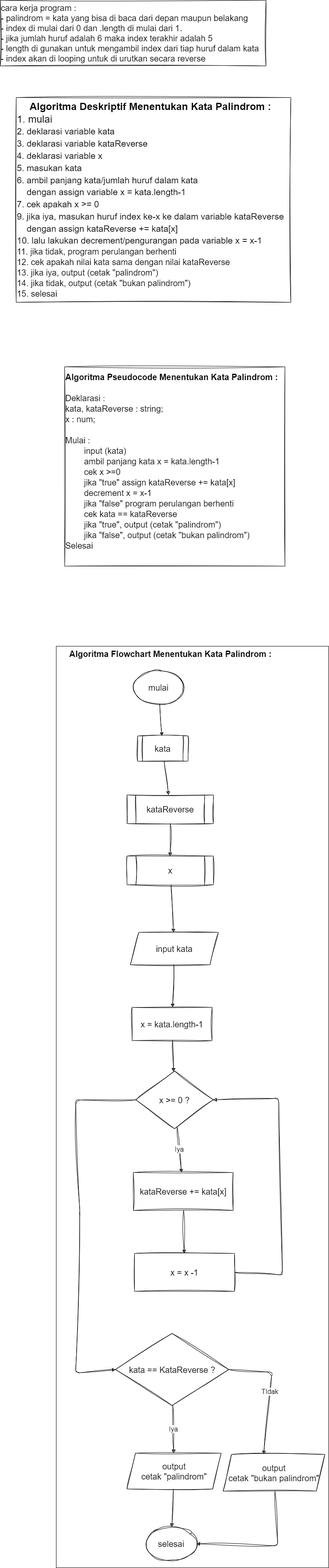
The draw.io diagram 6-palindrom.png in xel26/fwg17-computer-science, before a commit. Source tidied: cells renumbered, new cells last; positions are measured from the earlier drawing's top-left corner, leaving out a move shared by most shapes.
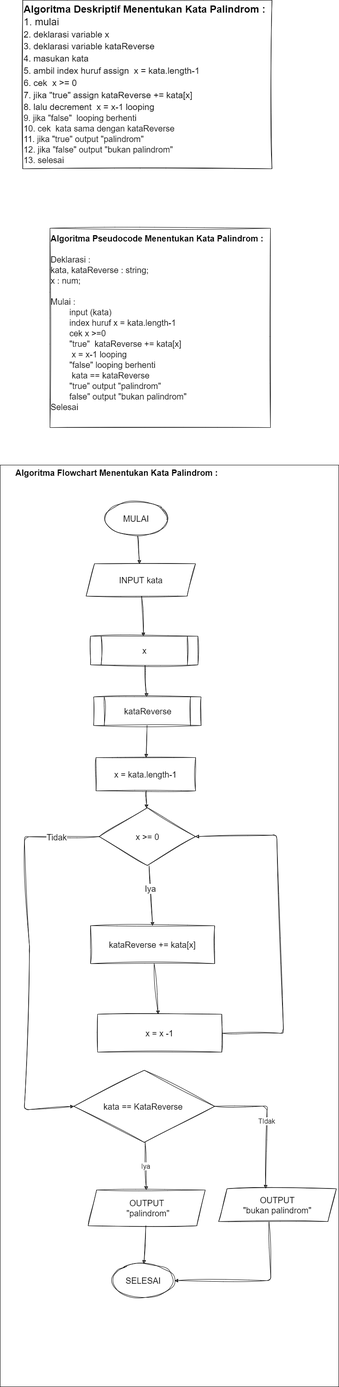
Above is the later version.

What changed in the source:
```diff
@@ -4,52 +4,37 @@
     <mxCell id="1" parent="0" />
-    <mxCell id="2" value="&lt;div style=&quot;text-align: center; font-size: 24px;&quot;&gt;&lt;b style=&quot;font-family: Helvetica; background-color: initial;&quot;&gt;&lt;font style=&quot;font-size: 24px;&quot;&gt;Algoritma Deskriptif Menentukan Kata Palindrom :&lt;/font&gt;&lt;/b&gt;&lt;/div&gt;&lt;font style=&quot;font-size: 24px;&quot; face=&quot;Helvetica&quot;&gt;&lt;div style=&quot;&quot;&gt;&lt;span style=&quot;background-color: initial;&quot;&gt;1. mulai&lt;/span&gt;&lt;/div&gt;&lt;span style=&quot;font-size: 21px;&quot;&gt;2. deklarasi variable kata&lt;/span&gt;&lt;br&gt;&lt;span style=&quot;font-size: 21px;&quot;&gt;3. deklarasi variable kataReverse&lt;/span&gt;&lt;br&gt;&lt;span style=&quot;font-size: 21px;&quot;&gt;4. deklarasi variable x&lt;/span&gt;&lt;br&gt;&lt;span style=&quot;font-size: 21px;&quot;&gt;5. masukan kata&lt;/span&gt;&lt;br&gt;&lt;span style=&quot;font-size: 21px;&quot;&gt;6. ambil panjang kata/jumlah huruf dalam kata&lt;br&gt;&amp;nbsp; &amp;nbsp; dengan assign variable x = kata.length-1&lt;/span&gt;&lt;br&gt;&lt;span style=&quot;font-size: 21px;&quot;&gt;7. cek apakah x &amp;gt;= 0&lt;/span&gt;&lt;br&gt;&lt;span style=&quot;font-size: 21px;&quot;&gt;9. jika iya, masukan huruf index ke-x ke dalam variable kataReverse&lt;br&gt;&amp;nbsp; &amp;nbsp; dengan assign kataReverse += kata[x]&lt;/span&gt;&lt;br&gt;&lt;span style=&quot;font-size: 21px;&quot;&gt;10. lalu lakukan decrement/pengurangan pada variable x = x-1&lt;/span&gt;&lt;br&gt;&lt;/font&gt;&lt;span style=&quot;font-family: Helvetica;&quot;&gt;11. jika tidak, program perulangan berhenti&lt;/span&gt;&lt;font face=&quot;Helvetica&quot;&gt;&lt;br&gt;12. cek apakah nilai kata sama dengan nilai kataReverse&lt;br&gt;13. jika iya, output (cetak &quot;palindrom&quot;)&lt;br&gt;14. jika tidak, output (cetak &quot;bukan palindrom&quot;)&lt;br&gt;15. selesai&lt;br&gt;&lt;/font&gt;" style="text;html=1;align=left;verticalAlign=middle;strokeColor=default;fillColor=none;fontSize=20;fontFamily=Architects Daughter;sketch=1;hachureGap=4;jiggle=2;curveFitting=1;fontSource=https%3A%2F%2Ffonts.googleapis.com%2Fcss%3Ffamily%3DArchitects%2BDaughter;" parent="1" vertex="1">
-      <mxGeometry x="38" y="231" width="652" height="486" as="geometry" />
+    <mxCell id="2" value="&lt;div style=&quot;text-align: center; font-size: 24px;&quot;&gt;&lt;b style=&quot;font-family: Helvetica; background-color: initial;&quot;&gt;&lt;font style=&quot;font-size: 24px;&quot;&gt;Algoritma Deskriptif Menentukan Kata Palindrom :&lt;/font&gt;&lt;/b&gt;&lt;/div&gt;&lt;font style=&quot;font-size: 24px;&quot; face=&quot;Helvetica&quot;&gt;&lt;div style=&quot;&quot;&gt;&lt;span style=&quot;background-color: initial;&quot;&gt;1. mulai&lt;/span&gt;&lt;/div&gt;&lt;span style=&quot;font-size: 21px;&quot;&gt;2. deklarasi variable x&lt;br&gt;&lt;/span&gt;&lt;/font&gt;&lt;span style=&quot;font-family: Helvetica; font-size: 21px;&quot;&gt;3. deklarasi variable kataReverse&lt;/span&gt;&lt;font style=&quot;font-size: 24px;&quot; face=&quot;Helvetica&quot;&gt;&lt;br&gt;&lt;span style=&quot;font-size: 21px;&quot;&gt;4. masukan kata&lt;/span&gt;&lt;br&gt;&lt;span style=&quot;font-size: 21px;&quot;&gt;5. ambil index huruf assign&amp;nbsp; x = kata.length-1&lt;/span&gt;&lt;br&gt;&lt;span style=&quot;font-size: 21px;&quot;&gt;6. cek&amp;nbsp; x &amp;gt;= 0&lt;/span&gt;&lt;br&gt;&lt;span style=&quot;font-size: 21px;&quot;&gt;7. jika &quot;true&quot; assign kataReverse += kata[x]&lt;/span&gt;&lt;br&gt;&lt;span style=&quot;font-size: 21px;&quot;&gt;8. lalu decrement&amp;nbsp; x = x-1 looping&lt;/span&gt;&lt;br&gt;&lt;/font&gt;&lt;span style=&quot;font-family: Helvetica;&quot;&gt;9. jika &quot;false&quot;&amp;nbsp; looping berhenti&lt;/span&gt;&lt;font face=&quot;Helvetica&quot;&gt;&lt;br&gt;10. cek&amp;nbsp; kata sama dengan kataReverse&lt;br&gt;11. jika &quot;true&quot; output &quot;palindrom&quot;&lt;br&gt;12. jika &quot;false&quot; output &quot;bukan palindrom&quot;&lt;br&gt;13. selesai&lt;br&gt;&lt;/font&gt;" style="text;html=1;align=left;verticalAlign=middle;strokeColor=default;fillColor=none;fontSize=20;fontFamily=Architects Daughter;sketch=1;hachureGap=4;jiggle=2;curveFitting=1;fontSource=https%3A%2F%2Ffonts.googleapis.com%2Fcss%3Ffamily%3DArchitects%2BDaughter;" parent="1" vertex="1">
+      <mxGeometry x="46.5" y="112" width="591" height="400" as="geometry" />
     </mxCell>
-    <mxCell id="3" value="cara kerja program :&lt;br&gt;- palindrom = kata yang bisa di baca dari depan maupun belakang&lt;br&gt;- index di mulai dari 0 dan .length di mulai dari 1.&lt;br&gt;- jika jumlah huruf adalah 6 maka index terakhir adalah 5&lt;br&gt;- length di gunakan untuk mengambil index dari tiap huruf dalam kata&lt;br&gt;- index akan di looping untuk di urutkan secara reverse" style="text;html=1;align=left;verticalAlign=middle;strokeColor=default;fillColor=none;fontSize=20;fontFamily=Helvetica;sketch=1;hachureGap=4;jiggle=2;curveFitting=1;fontSource=https%3A%2F%2Ffonts.googleapis.com%2Fcss%3Ffamily%3DArchitects%2BDaughter;" parent="1" vertex="1">
-      <mxGeometry width="631" height="156" as="geometry" />
-    </mxCell>
-    <mxCell id="4" value="&lt;font face=&quot;Helvetica&quot;&gt;&lt;b&gt;Algoritma Pseudocode Menentukan Kata Palindrom :&lt;br&gt;&lt;/b&gt;&lt;br&gt;Deklarasi :&lt;br&gt;&lt;span style=&quot;&quot;&gt;&#9;&lt;/span&gt;kata, kataReverse : string;&lt;br&gt;&lt;span style=&quot;&quot;&gt;&#9;&lt;/span&gt;x : num;&lt;br&gt;&lt;br&gt;Mulai :&lt;br&gt;&lt;span style=&quot;&quot;&gt;&#9;&lt;/span&gt;&lt;span style=&quot;white-space: pre;&quot;&gt;&#9;&lt;/span&gt;input (kata)&lt;br&gt;&lt;span style=&quot;&quot;&gt;&#9;&lt;/span&gt;&lt;span style=&quot;white-space: pre;&quot;&gt;&#9;&lt;/span&gt;ambil panjang kata x = kata.length-1&lt;br&gt;&lt;span style=&quot;&quot;&gt;&#9;&lt;/span&gt;&lt;span style=&quot;white-space: pre;&quot;&gt;&#9;&lt;/span&gt;cek x &amp;gt;=0&lt;br&gt;&lt;span style=&quot;&quot;&gt;&#9;&lt;/span&gt;&lt;/font&gt;&lt;span style=&quot;border-color: var(--border-color); font-family: Helvetica;&quot;&gt;&#9;&lt;/span&gt;&lt;span style=&quot;font-family: Helvetica;&quot;&gt;&lt;span style=&quot;white-space: pre;&quot;&gt;&#9;&lt;/span&gt;jika &quot;true&quot; assign kataReverse += kata[x]&lt;/span&gt;&lt;br style=&quot;border-color: var(--border-color); font-family: Helvetica;&quot;&gt;&lt;span style=&quot;border-color: var(--border-color); font-family: Helvetica;&quot;&gt;&#9;&lt;/span&gt;&lt;span style=&quot;font-family: Helvetica;&quot;&gt;&lt;span style=&quot;white-space: pre;&quot;&gt;&#9;&lt;/span&gt;decrement x = x-1&lt;/span&gt;&lt;font face=&quot;Helvetica&quot;&gt;&lt;br&gt;&lt;span style=&quot;&quot;&gt;&#9;&lt;/span&gt;&lt;span style=&quot;white-space: pre;&quot;&gt;&#9;&lt;/span&gt;jika &quot;false&quot; program perulangan berhenti&lt;br&gt;&lt;span style=&quot;white-space: pre;&quot;&gt;&#9;&lt;/span&gt;cek kata == kataReverse&lt;br&gt;&lt;span style=&quot;white-space: pre;&quot;&gt;&#9;&lt;/span&gt;jika &quot;true&quot;, output (cetak &quot;palindrom&quot;)&lt;br&gt;&lt;span style=&quot;white-space: pre;&quot;&gt;&#9;&lt;/span&gt;jika &quot;false&quot;, output (cetak &quot;bukan palindrom&quot;)&lt;br&gt;Selesai&lt;br&gt;&lt;span style=&quot;&quot;&gt;&#9;&lt;/span&gt;&lt;br&gt;&lt;/font&gt;" style="text;html=1;align=left;verticalAlign=middle;strokeColor=default;fillColor=none;fontSize=20;fontFamily=Architects Daughter;sketch=1;hachureGap=4;jiggle=2;curveFitting=1;fontSource=https%3A%2F%2Ffonts.googleapis.com%2Fcss%3Ffamily%3DArchitects%2BDaughter;" parent="1" vertex="1">
-      <mxGeometry x="153" y="870" width="523" height="473" as="geometry" />
+    <mxCell id="4" value="&lt;font face=&quot;Helvetica&quot;&gt;&lt;b&gt;Algoritma Pseudocode Menentukan Kata Palindrom :&lt;br&gt;&lt;/b&gt;&lt;br&gt;Deklarasi :&lt;br&gt;&lt;span style=&quot;&quot;&gt;&#9;&lt;/span&gt;kata, kataReverse : string;&lt;br&gt;&lt;span style=&quot;&quot;&gt;&#9;&lt;/span&gt;x : num;&lt;br&gt;&lt;br&gt;Mulai :&lt;br&gt;&lt;span style=&quot;&quot;&gt;&#9;&lt;/span&gt;&lt;span style=&quot;white-space: pre;&quot;&gt;&#9;&lt;/span&gt;input (kata)&lt;br&gt;&lt;span style=&quot;&quot;&gt;&#9;&lt;/span&gt;&lt;span style=&quot;white-space: pre;&quot;&gt;&#9;&lt;/span&gt;index huruf x = kata.length-1&lt;br&gt;&lt;span style=&quot;&quot;&gt;&#9;&lt;/span&gt;&lt;span style=&quot;white-space: pre;&quot;&gt;&#9;&lt;/span&gt;cek x &amp;gt;=0&lt;br&gt;&lt;span style=&quot;&quot;&gt;&#9;&lt;/span&gt;&lt;/font&gt;&lt;span style=&quot;border-color: var(--border-color); font-family: Helvetica;&quot;&gt;&#9;&lt;/span&gt;&lt;span style=&quot;font-family: Helvetica;&quot;&gt;&lt;span style=&quot;white-space: pre;&quot;&gt;&#9;&lt;/span&gt;&quot;true&quot;&amp;nbsp; kataReverse += kata[x]&lt;/span&gt;&lt;br style=&quot;border-color: var(--border-color); font-family: Helvetica;&quot;&gt;&lt;span style=&quot;border-color: var(--border-color); font-family: Helvetica;&quot;&gt;&#9;&lt;/span&gt;&lt;span style=&quot;font-family: Helvetica;&quot;&gt;&lt;span style=&quot;white-space: pre;&quot;&gt;&#9;&lt;/span&gt;&amp;nbsp;x = x-1 looping&lt;/span&gt;&lt;font face=&quot;Helvetica&quot;&gt;&lt;br&gt;&lt;span style=&quot;&quot;&gt;&#9;&lt;/span&gt;&lt;span style=&quot;white-space: pre;&quot;&gt;&#9;&lt;/span&gt;&quot;false&quot; looping berhenti&lt;br&gt;&lt;span style=&quot;white-space: pre;&quot;&gt;&#9;&lt;/span&gt;&amp;nbsp;kata == kataReverse&lt;br&gt;&lt;span style=&quot;white-space: pre;&quot;&gt;&#9;&lt;/span&gt;&quot;true&quot; output &quot;palindrom&quot;&lt;br&gt;&lt;span style=&quot;white-space: pre;&quot;&gt;&#9;&lt;/span&gt;false&quot; output &quot;bukan palindrom&quot;&lt;br&gt;Selesai&lt;br&gt;&lt;span style=&quot;&quot;&gt;&#9;&lt;/span&gt;&lt;br&gt;&lt;/font&gt;" style="text;html=1;align=left;verticalAlign=middle;strokeColor=default;fillColor=none;fontSize=20;fontFamily=Architects Daughter;sketch=1;hachureGap=4;jiggle=2;curveFitting=1;fontSource=https%3A%2F%2Ffonts.googleapis.com%2Fcss%3Ffamily%3DArchitects%2BDaughter;" parent="1" vertex="1">
+      <mxGeometry x="111" y="653" width="523" height="473" as="geometry" />
     </mxCell>
     <mxCell id="5" style="group;strokeColor=default;" parent="1" vertex="1">
-      <mxGeometry x="133" y="1533" width="646.5" height="2187" as="geometry" />
+      <mxGeometry x="-7" y="1215" width="803" height="2187" as="geometry" />
     </mxCell>
     <mxCell id="6" value="&lt;b&gt;Algoritma Flowchart Menentukan Kata Palindrom :&lt;/b&gt;" style="text;html=1;align=center;verticalAlign=middle;strokeColor=none;fillColor=none;fontSize=20;fontFamily=Helvetica;sketch=1;hachureGap=4;jiggle=2;curveFitting=1;fontSource=https%3A%2F%2Ffonts.googleapis.com%2Fcss%3Ffamily%3DArchitects%2BDaughter;" parent="5" vertex="1">
-      <mxGeometry x="21.5" width="498" height="36" as="geometry" />
+      <mxGeometry x="26.7" width="498" height="36" as="geometry" />
     </mxCell>
+    <mxCell id="34" style="edgeStyle=none;sketch=1;hachureGap=4;jiggle=2;curveFitting=1;html=1;fontFamily=Helvetica;fontSize=16;" parent="5" edge="1" source="7" target="14">
+      <mxGeometry relative="1" as="geometry" />
+    </mxCell>
-    <mxCell id="7" value="mulai" style="ellipse;whiteSpace=wrap;html=1;sketch=1;hachureGap=4;jiggle=2;curveFitting=1;fontFamily=Helvetica;fontSize=20;strokeColor=default;" parent="5" vertex="1">
-      <mxGeometry x="183" y="58" width="120" height="80" as="geometry" />
+    <mxCell id="7" value="MULAI" style="ellipse;whiteSpace=wrap;html=1;sketch=1;hachureGap=4;jiggle=2;curveFitting=1;fontFamily=Helvetica;fontSize=20;strokeColor=default;" parent="5" vertex="1">
+      <mxGeometry x="248" y="87" width="149" height="80" as="geometry" />
     </mxCell>
-    <mxCell id="8" value="kata" style="shape=process;whiteSpace=wrap;html=1;backgroundOutline=1;sketch=1;hachureGap=4;jiggle=2;curveFitting=1;fontFamily=Helvetica;fontSize=20;strokeColor=default;" parent="5" vertex="1">
-      <mxGeometry x="193" y="213" width="120" height="60" as="geometry" />
-    </mxCell>
-    <mxCell id="9" style="edgeStyle=none;sketch=1;hachureGap=4;jiggle=2;curveFitting=1;html=1;fontFamily=Helvetica;fontSize=16;strokeColor=default;" parent="5" edge="1" source="7" target="8">
-      <mxGeometry relative="1" as="geometry" />
-    </mxCell>
-    <mxCell id="10" value="kataReverse" style="shape=process;whiteSpace=wrap;html=1;backgroundOutline=1;sketch=1;hachureGap=4;jiggle=2;curveFitting=1;fontFamily=Helvetica;fontSize=20;strokeColor=default;" parent="5" vertex="1">
-      <mxGeometry x="168" y="353" width="205" height="68" as="geometry" />
-    </mxCell>
-    <mxCell id="11" style="edgeStyle=none;sketch=1;hachureGap=4;jiggle=2;curveFitting=1;html=1;fontFamily=Helvetica;fontSize=16;strokeColor=default;" parent="5" edge="1" source="8" target="10">
-      <mxGeometry relative="1" as="geometry" />
-    </mxCell>
-    <mxCell id="12" value="x" style="shape=process;whiteSpace=wrap;html=1;backgroundOutline=1;sketch=1;hachureGap=4;jiggle=2;curveFitting=1;fontFamily=Helvetica;fontSize=20;strokeColor=default;" parent="5" vertex="1">
-      <mxGeometry x="168" y="498" width="205" height="68" as="geometry" />
-    </mxCell>
-    <mxCell id="13" style="edgeStyle=none;sketch=1;hachureGap=4;jiggle=2;curveFitting=1;html=1;fontFamily=Helvetica;fontSize=16;strokeColor=default;" parent="5" edge="1" source="10" target="12">
-      <mxGeometry relative="1" as="geometry" />
-    </mxCell>
+    <mxCell id="35" style="edgeStyle=none;sketch=1;hachureGap=4;jiggle=2;curveFitting=1;html=1;fontFamily=Helvetica;fontSize=16;" parent="5" edge="1" source="14" target="12">
+      <mxGeometry relative="1" as="geometry" />
+    </mxCell>
-    <mxCell id="14" value="input kata" style="shape=parallelogram;perimeter=parallelogramPerimeter;whiteSpace=wrap;html=1;fixedSize=1;sketch=1;hachureGap=4;jiggle=2;curveFitting=1;fontFamily=Helvetica;fontSize=20;strokeColor=default;" parent="5" vertex="1">
-      <mxGeometry x="176" y="679" width="209" height="77" as="geometry" />
+    <mxCell id="14" value="INPUT kata" style="shape=parallelogram;perimeter=parallelogramPerimeter;whiteSpace=wrap;html=1;fixedSize=1;sketch=1;hachureGap=4;jiggle=2;curveFitting=1;fontFamily=Helvetica;fontSize=20;strokeColor=default;" parent="5" vertex="1">
+      <mxGeometry x="203.7" y="234" width="259.6" height="77" as="geometry" />
     </mxCell>
-    <mxCell id="15" style="edgeStyle=none;sketch=1;hachureGap=4;jiggle=2;curveFitting=1;html=1;fontFamily=Helvetica;fontSize=16;strokeColor=default;" parent="5" edge="1" source="12" target="14">
-      <mxGeometry relative="1" as="geometry" />
-    </mxCell>
     <mxCell id="16" value="x = kata.length-1" style="rounded=0;whiteSpace=wrap;html=1;sketch=1;hachureGap=4;jiggle=2;curveFitting=1;fontFamily=Helvetica;fontSize=20;strokeColor=default;" parent="5" vertex="1">
-      <mxGeometry x="180" y="857" width="190" height="79" as="geometry" />
+      <mxGeometry x="227.3" y="694" width="236" height="79" as="geometry" />
     </mxCell>
-    <mxCell id="17" style="edgeStyle=none;sketch=1;hachureGap=4;jiggle=2;curveFitting=1;html=1;fontFamily=Helvetica;fontSize=16;strokeColor=default;" parent="5" edge="1" source="14" target="16">
-      <mxGeometry relative="1" as="geometry" />
-    </mxCell>
+    <mxCell id="36" style="edgeStyle=none;sketch=1;hachureGap=4;jiggle=2;curveFitting=1;html=1;fontFamily=Helvetica;fontSize=16;entryX=0.5;entryY=0;entryDx=0;entryDy=0;" parent="5" edge="1" source="18" target="20">
+      <mxGeometry relative="1" as="geometry" />
+    </mxCell>
+    <mxCell id="21" value="Iya" style="edgeLabel;html=1;align=center;verticalAlign=middle;fontSize=20;fontFamily=Helvetica;" parent="36" vertex="1">
+      <mxGeometry x="-0.22" y="-1" relative="1" as="geometry" />
+    </mxCell>
-    <mxCell id="18" value="x &amp;gt;= 0 ?" style="rhombus;whiteSpace=wrap;html=1;sketch=1;hachureGap=4;jiggle=2;curveFitting=1;fontFamily=Helvetica;fontSize=20;strokeColor=default;" parent="5" vertex="1">
-      <mxGeometry x="189" y="1008" width="184" height="137" as="geometry" />
+    <mxCell id="18" value="x &amp;gt;= 0" style="rhombus;whiteSpace=wrap;html=1;sketch=1;hachureGap=4;jiggle=2;curveFitting=1;fontFamily=Helvetica;fontSize=20;strokeColor=default;" parent="5" vertex="1">
+      <mxGeometry x="234.8" y="813" width="228.5" height="137" as="geometry" />
     </mxCell>
@@ -59,7 +44,4 @@
     <mxCell id="20" value="kataReverse += kata[x]" style="rounded=0;whiteSpace=wrap;html=1;sketch=1;hachureGap=4;jiggle=2;curveFitting=1;fontFamily=Helvetica;fontSize=20;strokeColor=default;" parent="5" vertex="1">
-      <mxGeometry x="183" y="1249" width="237" height="90" as="geometry" />
+      <mxGeometry x="214.3" y="1093" width="294.4" height="90" as="geometry" />
     </mxCell>
-    <mxCell id="21" value="Iya" style="edgeStyle=none;sketch=1;hachureGap=4;jiggle=2;curveFitting=1;html=1;fontFamily=Helvetica;fontSize=16;strokeColor=default;" parent="5" edge="1" source="18" target="20">
-      <mxGeometry relative="1" as="geometry" />
-    </mxCell>
     <mxCell id="22" style="edgeStyle=none;sketch=1;hachureGap=4;jiggle=2;curveFitting=1;html=1;entryX=1;entryY=0.5;entryDx=0;entryDy=0;fontFamily=Helvetica;fontSize=16;exitX=1;exitY=0.5;exitDx=0;exitDy=0;strokeColor=default;" parent="5" edge="1" source="23" target="18">
@@ -67,4 +49,4 @@
         <Array as="points">
-          <mxPoint x="537" y="1492" />
-          <mxPoint x="528" y="1073" />
+          <mxPoint x="672" y="1348" />
+          <mxPoint x="655.8" y="878" />
         </Array>
@@ -73,3 +55,3 @@
     <mxCell id="23" value="x = x -1" style="rounded=0;whiteSpace=wrap;html=1;sketch=1;hachureGap=4;jiggle=2;curveFitting=1;fontFamily=Helvetica;fontSize=20;strokeColor=default;" parent="5" vertex="1">
-      <mxGeometry x="186" y="1441" width="237" height="90" as="geometry" />
+      <mxGeometry x="231" y="1303" width="294.4" height="90" as="geometry" />
     </mxCell>
@@ -78,4 +60,4 @@
     </mxCell>
-    <mxCell id="25" value="kata == KataReverse ?" style="rhombus;whiteSpace=wrap;html=1;sketch=1;hachureGap=4;jiggle=2;curveFitting=1;fontFamily=Helvetica;fontSize=20;strokeColor=default;" parent="5" vertex="1">
-      <mxGeometry x="140.5" y="1631" width="269" height="171" as="geometry" />
+    <mxCell id="25" value="kata == KataReverse&amp;nbsp;" style="rhombus;whiteSpace=wrap;html=1;sketch=1;hachureGap=4;jiggle=2;curveFitting=1;fontFamily=Helvetica;fontSize=20;strokeColor=default;" parent="5" vertex="1">
+      <mxGeometry x="174.5" y="1436" width="334.1" height="171" as="geometry" />
     </mxCell>
@@ -84,5 +66,5 @@
         <Array as="points">
-          <mxPoint x="46" y="1077" />
-          <mxPoint x="56" y="1343" />
-          <mxPoint x="46" y="1725" />
+          <mxPoint x="57.1" y="882" />
+          <mxPoint x="69.6" y="1148" />
+          <mxPoint x="57.1" y="1530" />
         </Array>
@@ -90,4 +72,7 @@
     </mxCell>
+    <mxCell id="37" value="&lt;font face=&quot;Helvetica&quot;&gt;Tidak&lt;/font&gt;" style="edgeLabel;html=1;align=center;verticalAlign=middle;fontSize=20;fontFamily=Architects Daughter;" parent="26" vertex="1">
+      <mxGeometry x="-0.78" y="1" relative="1" as="geometry" />
+    </mxCell>
-    <mxCell id="27" value="output&lt;br&gt;cetak &quot;palindrom&quot;" style="shape=parallelogram;perimeter=parallelogramPerimeter;whiteSpace=wrap;html=1;fixedSize=1;sketch=1;hachureGap=4;jiggle=2;curveFitting=1;fontFamily=Helvetica;fontSize=20;strokeColor=default;" parent="5" vertex="1">
-      <mxGeometry x="168" y="1915" width="223.5" height="85" as="geometry" />
+    <mxCell id="27" value="OUTPUT&lt;br&gt;&amp;nbsp;&quot;palindrom&quot;" style="shape=parallelogram;perimeter=parallelogramPerimeter;whiteSpace=wrap;html=1;fixedSize=1;sketch=1;hachureGap=4;jiggle=2;curveFitting=1;fontFamily=Helvetica;fontSize=20;strokeColor=default;" parent="5" vertex="1">
+      <mxGeometry x="208.7" y="1720" width="277.6" height="85" as="geometry" />
     </mxCell>
@@ -96,4 +81,4 @@
     </mxCell>
-    <mxCell id="29" value="output&lt;br&gt;cetak &quot;bukan palindrom&quot;" style="shape=parallelogram;perimeter=parallelogramPerimeter;whiteSpace=wrap;html=1;fixedSize=1;sketch=1;hachureGap=4;jiggle=2;curveFitting=1;fontFamily=Helvetica;fontSize=20;strokeColor=default;" parent="5" vertex="1">
-      <mxGeometry x="396" y="1918" width="241.5" height="87" as="geometry" />
+    <mxCell id="29" value="OUTPUT&lt;br&gt;&quot;bukan palindrom&quot;" style="shape=parallelogram;perimeter=parallelogramPerimeter;whiteSpace=wrap;html=1;fixedSize=1;sketch=1;hachureGap=4;jiggle=2;curveFitting=1;fontFamily=Helvetica;fontSize=20;strokeColor=default;" parent="5" vertex="1">
+      <mxGeometry x="518" y="1717" width="279.1" height="78" as="geometry" />
     </mxCell>
@@ -102,3 +87,3 @@
         <Array as="points">
-          <mxPoint x="512" y="1723" />
+          <mxPoint x="633" y="1521" />
         </Array>
@@ -106,4 +91,4 @@
     </mxCell>
-    <mxCell id="31" value="selesai" style="ellipse;whiteSpace=wrap;html=1;sketch=1;hachureGap=4;jiggle=2;curveFitting=1;fontFamily=Helvetica;fontSize=20;strokeColor=default;" parent="5" vertex="1">
-      <mxGeometry x="213" y="2090" width="120" height="80" as="geometry" />
+    <mxCell id="31" value="SELESAI" style="ellipse;whiteSpace=wrap;html=1;sketch=1;hachureGap=4;jiggle=2;curveFitting=1;fontFamily=Helvetica;fontSize=20;strokeColor=default;" parent="5" vertex="1">
+      <mxGeometry x="264.6" y="1895" width="149" height="80" as="geometry" />
     </mxCell>
@@ -112,6 +97,6 @@
     </mxCell>
-    <mxCell id="33" style="edgeStyle=none;sketch=1;hachureGap=4;jiggle=2;curveFitting=1;html=1;entryX=1;entryY=0.5;entryDx=0;entryDy=0;fontFamily=Helvetica;fontSize=16;strokeColor=default;" parent="5" edge="1" source="29" target="31">
+    <mxCell id="33" style="edgeStyle=none;sketch=1;hachureGap=4;jiggle=2;curveFitting=1;html=1;entryX=1;entryY=0.5;entryDx=0;entryDy=0;fontFamily=Helvetica;fontSize=16;strokeColor=default;exitX=0.428;exitY=1.013;exitDx=0;exitDy=0;exitPerimeter=0;" parent="5" edge="1" source="29" target="31">
       <mxGeometry relative="1" as="geometry">
         <Array as="points">
-          <mxPoint x="526" y="2135" />
+          <mxPoint x="642" y="1935" />
         </Array>
@@ -119,2 +104,14 @@
     </mxCell>
+    <mxCell id="38" style="edgeStyle=none;sketch=1;hachureGap=4;jiggle=2;curveFitting=1;html=1;fontFamily=Helvetica;fontSize=16;" parent="5" edge="1" source="12" target="10">
+      <mxGeometry relative="1" as="geometry" />
+    </mxCell>
+    <mxCell id="12" value="x" style="shape=process;whiteSpace=wrap;html=1;backgroundOutline=1;sketch=1;hachureGap=4;jiggle=2;curveFitting=1;fontFamily=Helvetica;fontSize=20;strokeColor=default;" parent="5" vertex="1">
+      <mxGeometry x="214.3" y="406" width="254.6" height="68" as="geometry" />
+    </mxCell>
+    <mxCell id="39" style="edgeStyle=none;sketch=1;hachureGap=4;jiggle=2;curveFitting=1;html=1;fontFamily=Helvetica;fontSize=16;" parent="5" edge="1" source="10" target="16">
+      <mxGeometry relative="1" as="geometry" />
+    </mxCell>
+    <mxCell id="10" value="kataReverse" style="shape=process;whiteSpace=wrap;html=1;backgroundOutline=1;sketch=1;hachureGap=4;jiggle=2;curveFitting=1;fontFamily=Helvetica;fontSize=20;strokeColor=default;" parent="5" vertex="1">
+      <mxGeometry x="221.7" y="550" width="254.6" height="68" as="geometry" />
+    </mxCell>
   </root>
```
